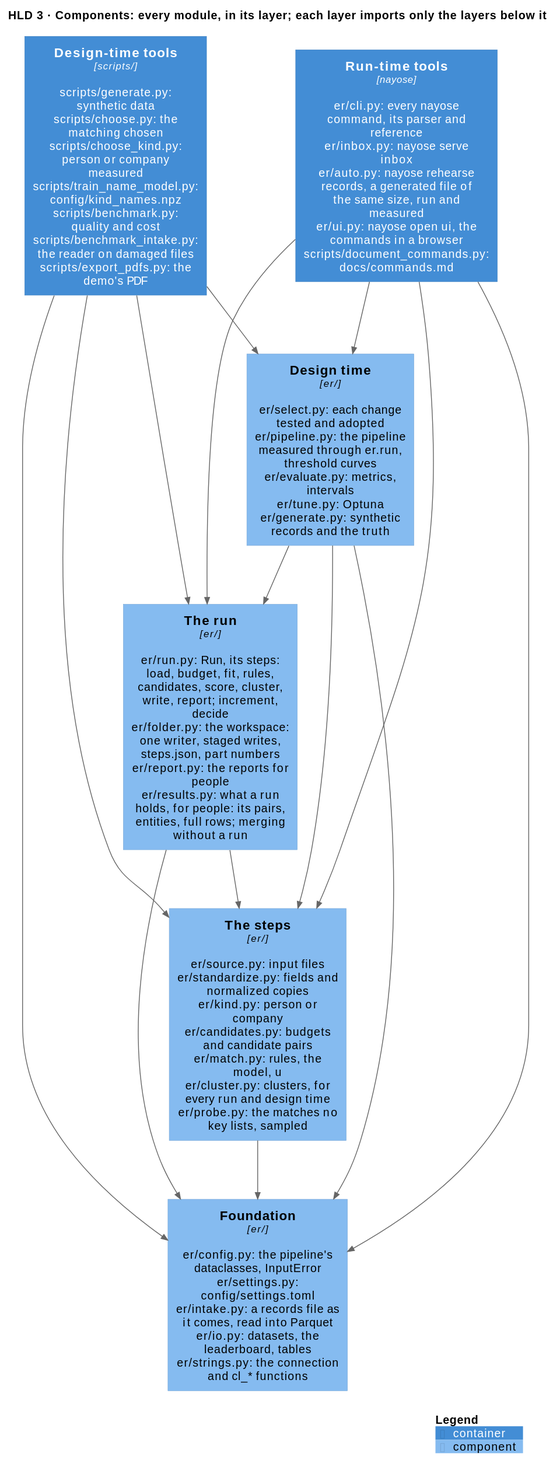
The PlantUML diagram docs/diagrams/components.svg in mvsbm/entity_matching, before a commit.
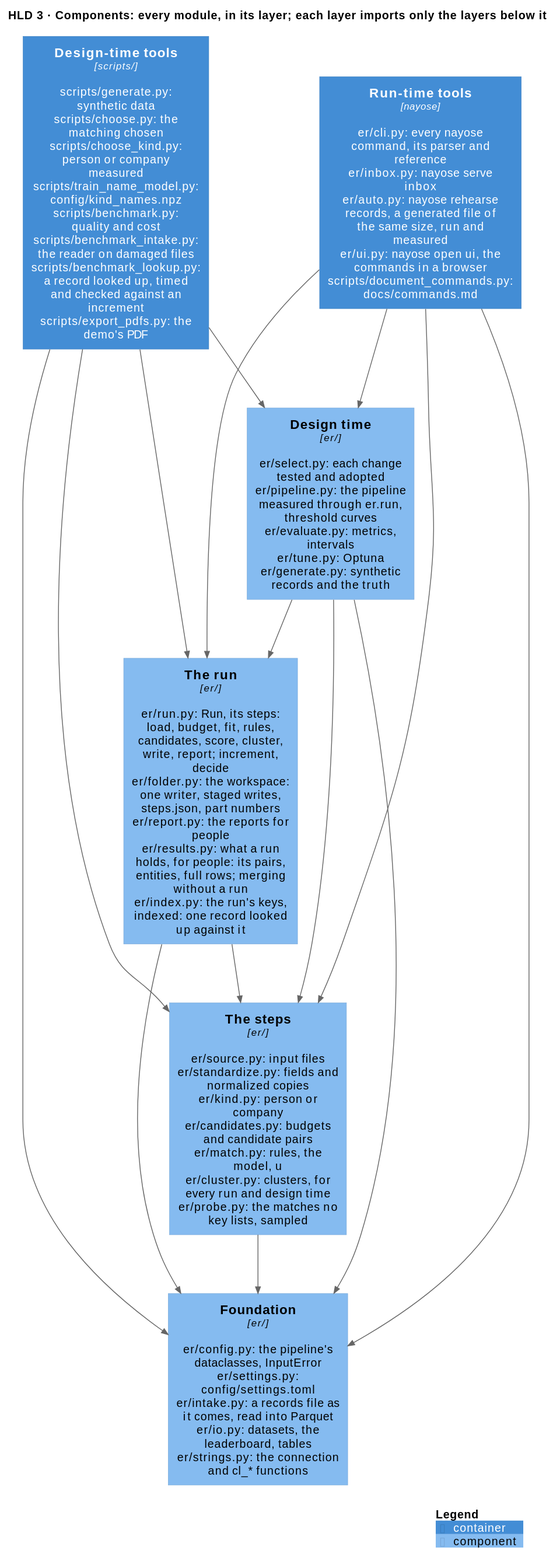
Above is the later version.

Diff of the diagram source:
```diff
@@ -5,9 +5,9 @@
 title HLD 3 · Components: every module, in its layer; each layer imports only the layers below it
 
 Container(tools_run, "Run-time tools", "nayose", "er/cli.py: every nayose command, its parser and reference\ner/inbox.py: nayose serve inbox\ner/auto.py: nayose rehearse records, a generated file of the same size, run and measured\ner/ui.py: nayose open ui, the commands in a browser\nscripts/document_commands.py: docs/commands.md")
-Container(tools_design, "Design-time tools", "scripts/", "scripts/generate.py: synthetic data\nscripts/choose.py: the matching chosen\nscripts/choose_kind.py: person or company measured\nscripts/train_name_model.py: config/kind_names.npz\nscripts/benchmark.py: quality and cost\nscripts/benchmark_intake.py: the reader on damaged files\nscripts/export_pdfs.py: the demo's PDF")
+Container(tools_design, "Design-time tools", "scripts/", "scripts/generate.py: synthetic data\nscripts/choose.py: the matching chosen\nscripts/choose_kind.py: person or company measured\nscripts/train_name_model.py: config/kind_names.npz\nscripts/benchmark.py: quality and cost\nscripts/benchmark_intake.py: the reader on damaged files\nscripts/benchmark_lookup.py: a record looked up, timed and checked against an increment\nscripts/export_pdfs.py: the demo's PDF")
 
-Component(run, "The run", "er/", "er/run.py: Run, its steps: load, budget, fit, rules, candidates, score, cluster, write, report; increment, decide\ner/folder.py: the workspace: one writer, staged writes, steps.json, part numbers\ner/report.py: the reports for people\ner/results.py: what a run holds, for people: its pairs, entities, full rows; merging without a run")
+Component(run, "The run", "er/", "er/run.py: Run, its steps: load, budget, fit, rules, candidates, score, cluster, write, report; increment, decide\ner/folder.py: the workspace: one writer, staged writes, steps.json, part numbers\ner/report.py: the reports for people\ner/results.py: what a run holds, for people: its pairs, entities, full rows; merging without a run\ner/index.py: the run's keys, indexed: one record looked up against it")
 Component(design, "Design time", "er/", "er/select.py: each change tested and adopted\ner/pipeline.py: the pipeline measured through er.run, threshold curves\ner/evaluate.py: metrics, intervals\ner/tune.py: Optuna\ner/generate.py: synthetic records and the truth")
 Component(steps, "The steps", "er/", "er/source.py: input files\ner/standardize.py: fields and normalized copies\ner/kind.py: person or company\ner/candidates.py: budgets and candidate pairs\ner/match.py: rules, the model, u\ner/cluster.py: clusters, for every run and design time\ner/probe.py: the matches no key lists, sampled")
 Component(configuration, "Foundation", "er/", "er/config.py: the pipeline's dataclasses, InputError\ner/settings.py: config/settings.toml\ner/intake.py: a records file as it comes, read into Parquet\ner/io.py: datasets, the leaderboard, tables\ner/strings.py: the connection and cl_* functions")
```
